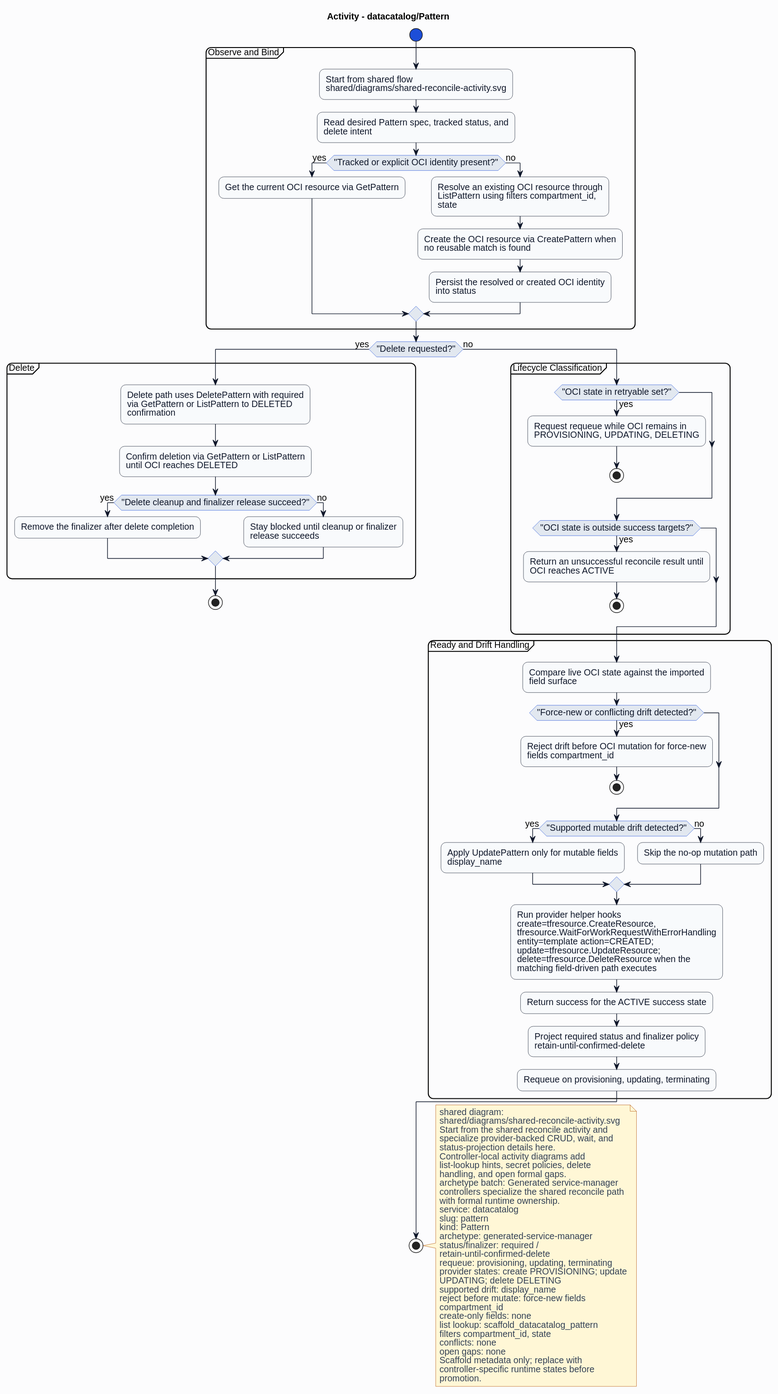
HaoyL666/oci-service-operator keeps this PlantUML diagram as formal/controllers/datacatalog/pattern/diagrams/activity.svg. Above is the earlier version. Its diagram source:
```plantuml
@startuml
skinparam shadowing false
skinparam backgroundColor #fcfcfd
skinparam defaultFontName Helvetica
skinparam defaultFontSize 14
skinparam arrowColor #0f172a
skinparam noteBackgroundColor #fff7d6
skinparam noteBorderColor #b45309
skinparam noteFontColor #334155
skinparam roundcorner 16
title Activity - datacatalog/Pattern
skinparam activity {
  backgroundColor #f8fafc
  borderColor #0f172a
  fontColor #0f172a
  diamondBackgroundColor #e2e8f0
  diamondBorderColor #1d4ed8
  diamondFontColor #0f172a
  startColor #1d4ed8
  endColor #0f172a
  barColor #1d4ed8
}
start
partition "Observe and Bind" {
:Start from shared flow\nshared/diagrams/shared-reconcile-activity.svg;
:Read desired Pattern spec, tracked status, and\ndelete intent;
if ("Tracked or explicit OCI identity present?") then (yes)
:Get the current OCI resource via GetPattern;
else (no)
:Resolve an existing OCI resource through\nListPattern using filters compartment_id,\nstate;
:Create the OCI resource via CreatePattern when\nno reusable match is found;
:Persist the resolved or created OCI identity\ninto status;
endif
}
if ("Delete requested?") then (yes)
partition "Delete" {
:Delete path uses DeletePattern with required\nvia GetPattern or ListPattern to DELETED\nconfirmation;
:Confirm deletion via GetPattern or ListPattern\nuntil OCI reaches DELETED;
if ("Delete cleanup and finalizer release succeed?") then (yes)
:Remove the finalizer after delete completion;
else (no)
:Stay blocked until cleanup or finalizer\nrelease succeeds;
endif
}
stop
else (no)
partition "Lifecycle Classification" {
if ("OCI state in retryable set?") then (yes)
:Request requeue while OCI remains in\nPROVISIONING, UPDATING, DELETING;
stop
endif
if ("OCI state is outside success targets?") then (yes)
:Return an unsuccessful reconcile result until\nOCI reaches ACTIVE;
stop
endif
}
partition "Ready and Drift Handling" {
:Compare live OCI state against the imported\nfield surface;
if ("Force-new or conflicting drift detected?") then (yes)
:Reject drift before OCI mutation for force-new\nfields compartment_id;
stop
endif
if ("Supported mutable drift detected?") then (yes)
:Apply UpdatePattern only for mutable fields\ndisplay_name;
else (no)
:Skip the no-op mutation path;
endif
:Run provider helper hooks\ncreate=tfresource.CreateResource,\ntfresource.WaitForWorkRequestWithErrorHandling\nentity=template action=CREATED;\nupdate=tfresource.UpdateResource;\ndelete=tfresource.DeleteResource when the\nmatching field-driven path executes;
:Return success for the ACTIVE success state;
:Project required status and finalizer policy\nretain-until-confirmed-delete;
:Requeue on provisioning, updating, terminating;
}
endif
stop
note right
shared diagram:
shared/diagrams/shared-reconcile-activity.svg
Start from the shared reconcile activity and
specialize provider-backed CRUD, wait, and
status-projection details here.
Controller-local activity diagrams add
list-lookup hints, secret policies, delete
handling, and open formal gaps.
archetype batch: Generated service-manager
controllers specialize the shared reconcile path
with formal runtime ownership.
service: datacatalog
slug: pattern
kind: Pattern
archetype: generated-service-manager
status/finalizer: required /
retain-until-confirmed-delete
requeue: provisioning, updating, terminating
provider states: create PROVISIONING; update
UPDATING; delete DELETING
supported drift: display_name
reject before mutate: force-new fields
compartment_id
create-only fields: none
list lookup: scaffold_datacatalog_pattern
filters compartment_id, state
conflicts: none
open gaps: none
Scaffold metadata only; replace with
controller-specific runtime states before
promotion.
end note
@enduml
```
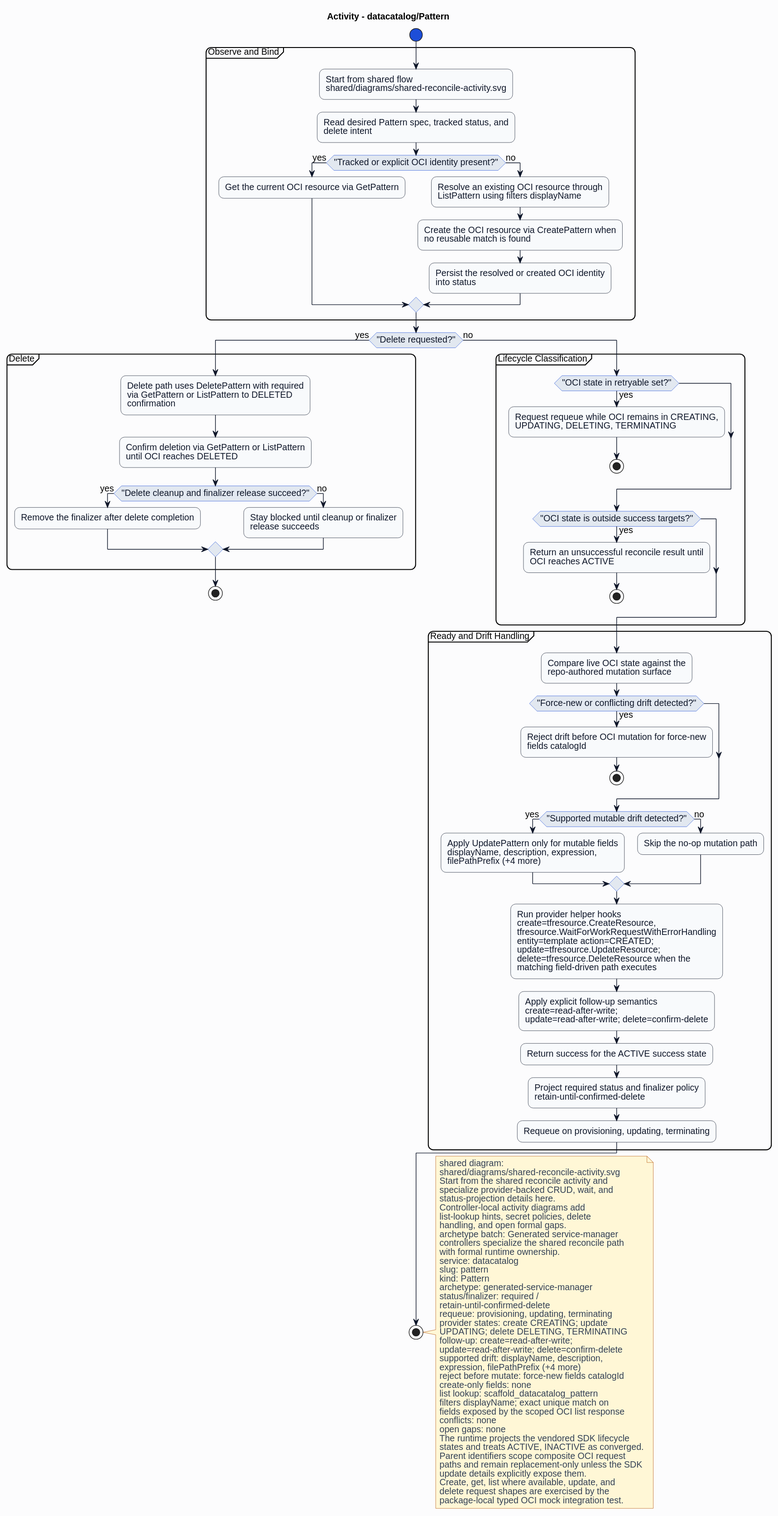
Above is the later version.

Diff of the diagram source:
```diff
@@ -27,7 +27,7 @@
 if ("Tracked or explicit OCI identity present?") then (yes)
 :Get the current OCI resource via GetPattern;
 else (no)
-:Resolve an existing OCI resource through\nListPattern using filters compartment_id,\nstate;
+:Resolve an existing OCI resource through\nListPattern using filters displayName;
 :Create the OCI resource via CreatePattern when\nno reusable match is found;
 :Persist the resolved or created OCI identity\ninto status;
 endif
@@ -46,7 +46,7 @@
 else (no)
 partition "Lifecycle Classification" {
 if ("OCI state in retryable set?") then (yes)
-:Request requeue while OCI remains in\nPROVISIONING, UPDATING, DELETING;
+:Request requeue while OCI remains in CREATING,\nUPDATING, DELETING, TERMINATING;
 stop
 endif
 if ("OCI state is outside success targets?") then (yes)
@@ -55,17 +55,18 @@
 endif
 }
 partition "Ready and Drift Handling" {
-:Compare live OCI state against the imported\nfield surface;
+:Compare live OCI state against the\nrepo-authored mutation surface;
 if ("Force-new or conflicting drift detected?") then (yes)
-:Reject drift before OCI mutation for force-new\nfields compartment_id;
+:Reject drift before OCI mutation for force-new\nfields catalogId;
 stop
 endif
 if ("Supported mutable drift detected?") then (yes)
-:Apply UpdatePattern only for mutable fields\ndisplay_name;
+:Apply UpdatePattern only for mutable fields\ndisplayName, description, expression,\nfilePathPrefix (+4 more);
 else (no)
 :Skip the no-op mutation path;
 endif
 :Run provider helper hooks\ncreate=tfresource.CreateResource,\ntfresource.WaitForWorkRequestWithErrorHandling\nentity=template action=CREATED;\nupdate=tfresource.UpdateResource;\ndelete=tfresource.DeleteResource when the\nmatching field-driven path executes;
+:Apply explicit follow-up semantics\ncreate=read-after-write;\nupdate=read-after-write; delete=confirm-delete;
 :Return success for the ACTIVE success state;
 :Project required status and finalizer policy\nretain-until-confirmed-delete;
 :Requeue on provisioning, updating, terminating;
@@ -91,18 +92,26 @@
 status/finalizer: required /
 retain-until-confirmed-delete
 requeue: provisioning, updating, terminating
-provider states: create PROVISIONING; update
-UPDATING; delete DELETING
-supported drift: display_name
-reject before mutate: force-new fields
-compartment_id
+provider states: create CREATING; update
+UPDATING; delete DELETING, TERMINATING
+follow-up: create=read-after-write;
+update=read-after-write; delete=confirm-delete
+supported drift: displayName, description,
+expression, filePathPrefix (+4 more)
+reject before mutate: force-new fields catalogId
 create-only fields: none
 list lookup: scaffold_datacatalog_pattern
-filters compartment_id, state
+filters displayName; exact unique match on
+fields exposed by the scoped OCI list response
 conflicts: none
 open gaps: none
-Scaffold metadata only; replace with
-controller-specific runtime states before
-promotion.
+The runtime projects the vendored SDK lifecycle
+states and treats ACTIVE, INACTIVE as converged.
+Parent identifiers scope composite OCI request
+paths and remain replacement-only unless the SDK
+update details explicitly expose them.
+Create, get, list where available, update, and
+delete request shapes are exercised by the
+package-local typed OCI mock integration test.
 end note
 @enduml
```
